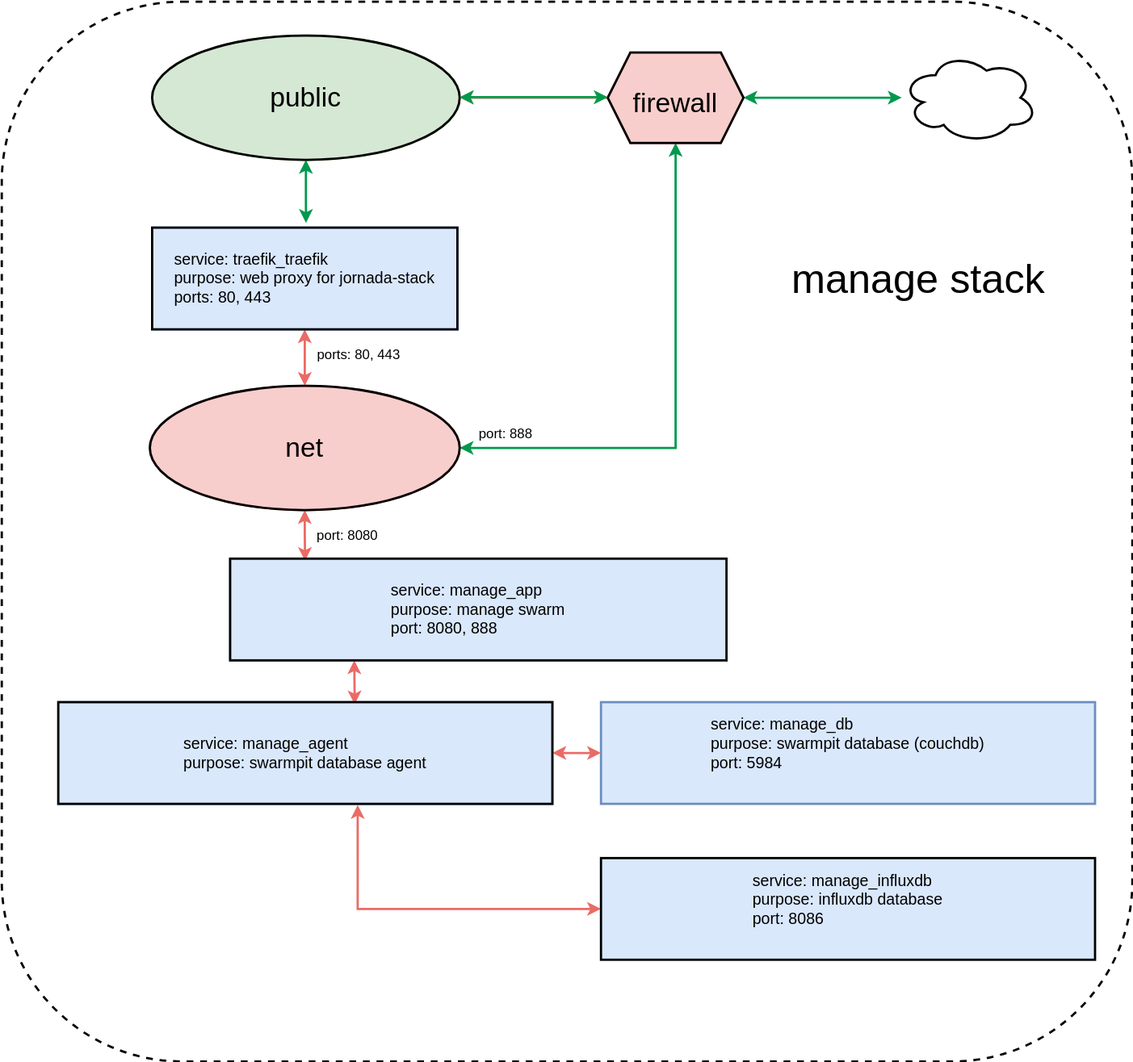
JornadaExperimentalRange/sp-manage keeps this draw.io diagram as stack-manage.svg. Above is the earlier version. Source tidied: cells renumbered, new cells last; positions are measured from the earlier drawing's top-left corner, leaving out a move shared by most shapes.
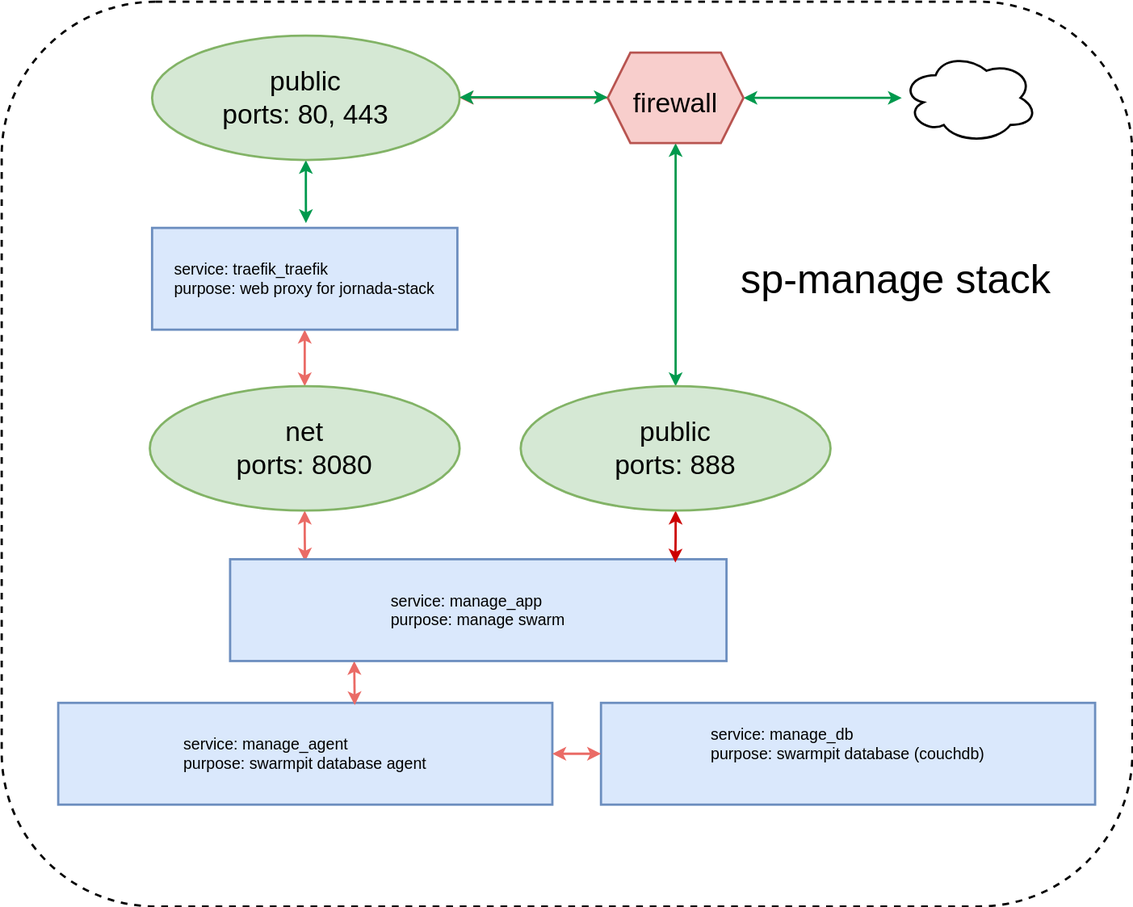
The same file after the commit.

Diff of the diagram source:
```diff
@@ -3,36 +3,33 @@
     <mxCell id="0" />
     <mxCell id="1" parent="0" />
     <mxCell id="2" style="rounded=1;whiteSpace=wrap;html=1;fontSize=24;dashed=1;strokeWidth=2;fillColor=none;arcSize=17;" parent="1" vertex="1">
-      <mxGeometry width="1000" height="938" as="geometry" />
+      <mxGeometry width="1000" height="800" as="geometry" />
     </mxCell>
-    <mxCell id="3" value="&lt;font style=&quot;font-size: 36px;&quot;&gt;manage stack&lt;/font&gt;" style="text;html=1;strokeColor=none;fillColor=none;align=center;verticalAlign=middle;whiteSpace=wrap;rounded=0;" parent="1" vertex="1">
-      <mxGeometry x="676" y="230" width="270" height="30" as="geometry" />
+    <mxCell id="3" value="&lt;font style=&quot;font-size: 36px;&quot;&gt;sp-manage stack&lt;/font&gt;" style="text;html=1;strokeColor=none;fillColor=none;align=center;verticalAlign=middle;whiteSpace=wrap;rounded=0;" parent="1" vertex="1">
+      <mxGeometry x="636" y="230" width="310" height="30" as="geometry" />
     </mxCell>
     <mxCell id="4" style="edgeStyle=orthogonalEdgeStyle;rounded=0;jettySize=auto;html=1;entryX=0.504;entryY=-0.047;entryDx=0;entryDy=0;entryPerimeter=0;fontSize=14;strokeColor=#00994D;strokeWidth=2;startArrow=classic;startFill=1;" parent="1" edge="1" source="5" target="7">
       <mxGeometry relative="1" as="geometry" />
     </mxCell>
-    <mxCell id="5" value="public" style="ellipse;whiteSpace=wrap;html=1;fontSize=24;fillColor=#d5e8d4;strokeColor=#82b366;strokeWidth=2;" parent="1" vertex="1">
+    <mxCell id="5" value="public&lt;br&gt;ports: 80, 443" style="ellipse;whiteSpace=wrap;html=1;fontSize=24;fillColor=#d5e8d4;strokeColor=#82b366;strokeWidth=2;" parent="1" vertex="1">
       <mxGeometry x="133" y="30" width="272" height="110" as="geometry" />
     </mxCell>
     <mxCell id="6" style="edgeStyle=orthogonalEdgeStyle;rounded=0;jettySize=auto;html=1;strokeColor=#EA6B66;strokeWidth=2;startArrow=classic;startFill=1;" parent="1" edge="1" source="7" target="9">
       <mxGeometry relative="1" as="geometry" />
     </mxCell>
-    <mxCell id="7" value="&lt;div style=&quot;text-align: left;&quot;&gt;&lt;span style=&quot;background-color: initial;&quot;&gt;service: traefik_traefik&lt;/span&gt;&lt;/div&gt;&lt;div style=&quot;text-align: left;&quot;&gt;&lt;span style=&quot;background-color: initial;&quot;&gt;purpose:&amp;nbsp;&lt;/span&gt;&lt;span style=&quot;background-color: initial;&quot;&gt;web proxy for jornada-stack&lt;/span&gt;&lt;/div&gt;&lt;div style=&quot;text-align: left;&quot;&gt;&lt;span style=&quot;background-color: initial;&quot;&gt;ports: 80, 443&lt;/span&gt;&lt;/div&gt;" style="rounded=0;whiteSpace=wrap;html=1;fontSize=14;strokeWidth=2;fillColor=#dae8fc;strokeColor=#6c8ebf;" parent="1" vertex="1">
+    <mxCell id="7" value="&lt;div style=&quot;text-align: left;&quot;&gt;&lt;span style=&quot;background-color: initial;&quot;&gt;service: traefik_traefik&lt;/span&gt;&lt;/div&gt;&lt;div style=&quot;text-align: left;&quot;&gt;&lt;span style=&quot;background-color: initial;&quot;&gt;purpose:&amp;nbsp;&lt;/span&gt;&lt;span style=&quot;background-color: initial;&quot;&gt;web proxy for jornada-stack&lt;/span&gt;&lt;/div&gt;" style="rounded=0;whiteSpace=wrap;html=1;fontSize=14;strokeWidth=2;fillColor=#dae8fc;strokeColor=#6c8ebf;" parent="1" vertex="1">
       <mxGeometry x="133" y="200" width="270" height="90" as="geometry" />
     </mxCell>
     <mxCell id="8" style="edgeStyle=orthogonalEdgeStyle;rounded=0;jettySize=auto;html=1;entryX=0.151;entryY=0.022;entryDx=0;entryDy=0;strokeColor=#EA6B66;strokeWidth=2;startArrow=classic;startFill=1;entryPerimeter=0;" parent="1" edge="1" source="9" target="15">
       <mxGeometry relative="1" as="geometry" />
     </mxCell>
-    <mxCell id="9" value="net" style="ellipse;whiteSpace=wrap;html=1;fontSize=24;fillColor=#f8cecc;strokeColor=#b85450;strokeWidth=2;" parent="1" vertex="1">
+    <mxCell id="9" value="net&lt;br&gt;ports: 8080" style="ellipse;whiteSpace=wrap;html=1;fontSize=24;fillColor=#d5e8d4;strokeColor=#82b366;strokeWidth=2;" parent="1" vertex="1">
       <mxGeometry x="131" y="340" width="274" height="110" as="geometry" />
     </mxCell>
-    <mxCell id="10" style="edgeStyle=orthogonalEdgeStyle;rounded=0;jettySize=auto;html=1;exitX=0.606;exitY=1.011;exitDx=0;exitDy=0;entryX=0;entryY=0.5;entryDx=0;entryDy=0;startArrow=classic;startFill=1;strokeColor=#EA6B66;strokeWidth=2;exitPerimeter=0;" parent="1" edge="1" source="11" target="24">
-      <mxGeometry relative="1" as="geometry" />
-    </mxCell>
     <mxCell id="11" value="&lt;div style=&quot;text-align: left;&quot;&gt;&lt;span style=&quot;background-color: initial;&quot;&gt;service: manage_&lt;/span&gt;&lt;span style=&quot;background-color: initial;&quot;&gt;agent&lt;/span&gt;&lt;/div&gt;&lt;div style=&quot;text-align: left;&quot;&gt;&lt;span style=&quot;background-color: initial;&quot;&gt;purpose:&amp;nbsp;&lt;/span&gt;&lt;span style=&quot;background-color: initial;&quot;&gt;swarmpit database agent&lt;/span&gt;&lt;/div&gt;" style="rounded=0;whiteSpace=wrap;html=1;fontSize=14;strokeWidth=2;fillColor=#dae8fc;strokeColor=#6c8ebf;" parent="1" vertex="1">
       <mxGeometry x="50" y="620" width="437" height="90" as="geometry" />
     </mxCell>
-    <mxCell id="12" value="&lt;div style=&quot;text-align: left;&quot;&gt;&lt;span style=&quot;background-color: initial;&quot;&gt;service: manage_&lt;/span&gt;&lt;span style=&quot;background-color: initial;&quot;&gt;db&lt;/span&gt;&lt;/div&gt;&lt;div style=&quot;text-align: left;&quot;&gt;&lt;span style=&quot;background-color: initial;&quot;&gt;purpose: swarmpit&amp;nbsp;&lt;/span&gt;&lt;span style=&quot;background-color: initial;&quot;&gt;database (couchdb)&lt;/span&gt;&lt;/div&gt;&lt;div style=&quot;text-align: left;&quot;&gt;&lt;span style=&quot;background-color: initial;&quot;&gt;port: 5984&lt;/span&gt;&lt;/div&gt;&lt;span style=&quot;color: rgba(0, 0, 0, 0); font-family: monospace; font-size: 0px; text-align: start;&quot;&gt;%3CmxGraphModel%3E%3Croot%3E%3CmxCell%20id%3D%220%22%2F%3E%3CmxCell%20id%3D%221%22%20parent%3D%220%22%2F%3E%3CmxCell%20id%3D%222%22%20style%3D%22edgeStyle%3DorthogonalEdgeStyle%3Brounded%3D0%3BorthogonalLoop%3D1%3BjettySize%3Dauto%3Bhtml%3D1%3BexitX%3D0.5%3BexitY%3D1%3BexitDx%3D0%3BexitDy%3D0%3B%22%20edge%3D%221%22%20parent%3D%221%22%3E%3CmxGeometry%20relative%3D%221%22%20as%3D%22geometry%22%3E%3CmxPoint%20x%3D%22600%22%20y%3D%22137%22%20as%3D%22sourcePoint%22%2F%3E%3CmxPoint%20x%3D%22504%22%20y%3D%2212%22%20as%3D%22targetPoint%22%2F%3E%3C%2FmxGeometry%3E%3C%2FmxCell%3E%3C%2Froot%3E%3C%2FmxGraphModel%3E&lt;/span&gt;" style="rounded=0;whiteSpace=wrap;html=1;fontSize=14;strokeWidth=2;fillColor=#dae8fc;strokeColor=#6c8ebf;" parent="1" vertex="1">
+    <mxCell id="12" value="&lt;div style=&quot;text-align: left;&quot;&gt;&lt;span style=&quot;background-color: initial;&quot;&gt;service: manage_&lt;/span&gt;&lt;span style=&quot;background-color: initial;&quot;&gt;db&lt;/span&gt;&lt;/div&gt;&lt;div style=&quot;text-align: left;&quot;&gt;&lt;span style=&quot;background-color: initial;&quot;&gt;purpose: swarmpit&amp;nbsp;&lt;/span&gt;&lt;span style=&quot;background-color: initial;&quot;&gt;database (couchdb)&lt;/span&gt;&lt;/div&gt;&lt;span style=&quot;color: rgba(0, 0, 0, 0); font-family: monospace; font-size: 0px; text-align: start;&quot;&gt;%3CmxGraphModel%3E%3Croot%3E%3CmxCell%20id%3D%220%22%2F%3E%3CmxCell%20id%3D%221%22%20parent%3D%220%22%2F%3E%3CmxCell%20id%3D%222%22%20style%3D%22edgeStyle%3DorthogonalEdgeStyle%3Brounded%3D0%3BorthogonalLoop%3D1%3BjettySize%3Dauto%3Bhtml%3D1%3BexitX%3D0.5%3BexitY%3D1%3BexitDx%3D0%3BexitDy%3D0%3B%22%20edge%3D%221%22%20parent%3D%221%22%3E%3CmxGeometry%20relative%3D%221%22%20as%3D%22geometry%22%3E%3CmxPoint%20x%3D%22600%22%20y%3D%22137%22%20as%3D%22sourcePoint%22%2F%3E%3CmxPoint%20x%3D%22504%22%20y%3D%2212%22%20as%3D%22targetPoint%22%2F%3E%3C%2FmxGeometry%3E%3C%2FmxCell%3E%3C%2Froot%3E%3C%2FmxGraphModel%3E&lt;/span&gt;" style="rounded=0;whiteSpace=wrap;html=1;fontSize=14;strokeWidth=2;fillColor=#dae8fc;strokeColor=#6c8ebf;" parent="1" vertex="1">
       <mxGeometry x="530" y="620" width="437" height="90" as="geometry" />
     </mxCell>
     <mxCell id="13" style="edgeStyle=orthogonalEdgeStyle;rounded=0;jettySize=auto;html=1;entryX=0;entryY=0.5;entryDx=0;entryDy=0;strokeColor=#EA6B66;strokeWidth=2;startArrow=classic;startFill=1;exitX=1;exitY=0.5;exitDx=0;exitDy=0;" parent="1" edge="1" source="11" target="12">
@@ -41,7 +38,7 @@
     <mxCell id="14" style="edgeStyle=orthogonalEdgeStyle;rounded=0;jettySize=auto;html=1;exitX=0.25;exitY=1;exitDx=0;exitDy=0;entryX=0.6;entryY=0.022;entryDx=0;entryDy=0;entryPerimeter=0;startArrow=classic;startFill=1;strokeColor=#EA6B66;strokeWidth=2;" parent="1" edge="1" source="15" target="11">
       <mxGeometry relative="1" as="geometry" />
     </mxCell>
-    <mxCell id="15" value="&lt;div style=&quot;text-align: left;&quot;&gt;&lt;span style=&quot;background-color: initial;&quot;&gt;service: manage_&lt;/span&gt;&lt;span style=&quot;background-color: initial;&quot;&gt;app&lt;/span&gt;&lt;/div&gt;&lt;div style=&quot;text-align: left;&quot;&gt;&lt;span style=&quot;background-color: initial;&quot;&gt;purpose: manage swarm&lt;/span&gt;&lt;/div&gt;&lt;div style=&quot;text-align: left;&quot;&gt;&lt;span style=&quot;background-color: initial;&quot;&gt;port: 8080, 888&lt;/span&gt;&lt;/div&gt;" style="rounded=0;whiteSpace=wrap;html=1;fontSize=14;strokeWidth=2;fillColor=#dae8fc;strokeColor=#6c8ebf;" parent="1" vertex="1">
+    <mxCell id="15" value="&lt;div style=&quot;text-align: left;&quot;&gt;&lt;span style=&quot;background-color: initial;&quot;&gt;service: manage_&lt;/span&gt;&lt;span style=&quot;background-color: initial;&quot;&gt;app&lt;/span&gt;&lt;/div&gt;&lt;div style=&quot;text-align: left;&quot;&gt;&lt;span style=&quot;background-color: initial;&quot;&gt;purpose: manage swarm&lt;/span&gt;&lt;/div&gt;" style="rounded=0;whiteSpace=wrap;html=1;fontSize=14;strokeWidth=2;fillColor=#dae8fc;strokeColor=#6c8ebf;" parent="1" vertex="1">
       <mxGeometry x="202" y="493" width="439" height="90" as="geometry" />
     </mxCell>
     <mxCell id="16" style="edgeStyle=orthogonalEdgeStyle;rounded=0;jettySize=auto;html=1;entryX=1;entryY=0.5;entryDx=0;entryDy=0;fontSize=24;strokeColor=#00994D;strokeWidth=2;startArrow=classic;startFill=1;" parent="1" edge="1" source="17" target="20">
@@ -53,53 +50,23 @@
     <mxCell id="18" style="edgeStyle=orthogonalEdgeStyle;rounded=0;jettySize=auto;html=1;exitX=0;exitY=0.5;exitDx=0;exitDy=0;entryX=1;entryY=0.5;entryDx=0;entryDy=0;fontSize=24;strokeColor=#EA6B66;strokeWidth=2;" parent="1" edge="1" source="20" target="5">
       <mxGeometry relative="1" as="geometry" />
     </mxCell>
-    <mxCell id="19" style="edgeStyle=orthogonalEdgeStyle;rounded=0;jettySize=auto;html=1;exitX=0.5;exitY=1;exitDx=0;exitDy=0;entryX=1;entryY=0.5;entryDx=0;entryDy=0;strokeWidth=2;startArrow=classic;startFill=1;strokeColor=#00994D;" parent="1" edge="1" source="20" target="9">
+    <mxCell id="19" style="edgeStyle=orthogonalEdgeStyle;rounded=0;jettySize=auto;html=1;exitX=0.5;exitY=1;exitDx=0;exitDy=0;entryX=0.5;entryY=0;entryDx=0;entryDy=0;strokeWidth=2;startArrow=classic;startFill=1;strokeColor=#00994D;" parent="1" edge="1" source="20" target="34">
       <mxGeometry relative="1" as="geometry" />
     </mxCell>
     <mxCell id="20" value="&lt;font style=&quot;font-size: 24px;&quot;&gt;firewall&lt;/font&gt;" style="shape=hexagon;perimeter=hexagonPerimeter2;whiteSpace=wrap;html=1;fixedSize=1;fontSize=36;strokeWidth=2;fillColor=#f8cecc;strokeColor=#b85450;" parent="1" vertex="1">
       <mxGeometry x="536" y="45" width="120" height="80" as="geometry" />
     </mxCell>
-    <mxCell id="21" style="edgeStyle=orthogonalEdgeStyle;rounded=0;orthogonalLoop=1;jettySize=auto;html=1;exitX=0;exitY=0.5;exitDx=0;exitDy=0;entryX=1;entryY=0.5;entryDx=0;entryDy=0;fontSize=24;strokeColor=#97D077;strokeWidth=2;startArrow=classic;startFill=1;" parent="1" edge="1">
+    <mxCell id="21" style="edgeStyle=orthogonalEdgeStyle;rounded=0;orthogonalLoop=1;jettySize=auto;html=1;exitX=0;exitY=0.5;exitDx=0;exitDy=0;entryX=1;entryY=0.5;entryDx=0;entryDy=0;fontSize=24;strokeColor=#00994D;strokeWidth=2;startArrow=classic;startFill=1;" parent="1" edge="1">
       <mxGeometry relative="1" as="geometry">
         <mxPoint x="536" y="84.5" as="sourcePoint" />
         <mxPoint x="405" y="84.5" as="targetPoint" />
       </mxGeometry>
     </mxCell>
-    <mxCell id="22" value="port: 8080" style="text;html=1;strokeColor=none;fillColor=none;align=center;verticalAlign=middle;whiteSpace=wrap;rounded=0;" parent="1" vertex="1">
-      <mxGeometry x="276" y="458" width="60" height="30" as="geometry" />
-    </mxCell>
-    <mxCell id="23" value="port: 888" style="text;html=1;strokeColor=none;fillColor=none;align=center;verticalAlign=middle;whiteSpace=wrap;rounded=0;" parent="1" vertex="1">
-      <mxGeometry x="416" y="368" width="60" height="30" as="geometry" />
-    </mxCell>
-    <mxCell id="24" value="&lt;div style=&quot;text-align: left;&quot;&gt;&lt;span style=&quot;background-color: initial;&quot;&gt;service: manage_&lt;/span&gt;&lt;span style=&quot;background-color: initial;&quot;&gt;influxdb&lt;/span&gt;&lt;/div&gt;&lt;div style=&quot;text-align: left;&quot;&gt;&lt;span style=&quot;background-color: initial;&quot;&gt;purpose: influxdb&amp;nbsp;&lt;/span&gt;&lt;span style=&quot;background-color: initial;&quot;&gt;database&lt;/span&gt;&lt;/div&gt;&lt;div style=&quot;text-align: left;&quot;&gt;&lt;span style=&quot;background-color: initial;&quot;&gt;port: 8086&lt;/span&gt;&lt;/div&gt;&lt;span style=&quot;color: rgba(0, 0, 0, 0); font-family: monospace; font-size: 0px; text-align: start;&quot;&gt;%3CmxGraphModel%3E%3Croot%3E%3CmxCell%20id%3D%220%22%2F%3E%3CmxCell%20id%3D%221%22%20parent%3D%220%22%2F%3E%3CmxCell%20id%3D%222%22%20style%3D%22edgeStyle%3DorthogonalEdgeStyle%3Brounded%3D0%3BorthogonalLoop%3D1%3BjettySize%3Dauto%3Bhtml%3D1%3BexitX%3D0.5%3BexitY%3D1%3BexitDx%3D0%3BexitDy%3D0%3B%22%20edge%3D%221%22%20parent%3D%221%22%3E%3CmxGeometry%20relative%3D%221%22%20as%3D%22geometry%22%3E%3CmxPoint%20x%3D%22600%22%20y%3D%22137%22%20as%3D%22sourcePoint%22%2F%3E%3CmxPoint%20x%3D%22504%22%20y%3D%2212%22%20as%3D%22targetPoint%22%2F%3E%3C%2FmxGeometry%3E%3C%2FmxCell%3E%3C%2Froot%3E%3C%2FmxGraphModel%3E&lt;/span&gt;" style="rounded=0;whiteSpace=wrap;html=1;fontSize=14;strokeWidth=2;fillColor=#dae8fc;strokeColor=#000000;" parent="1" vertex="1">
-      <mxGeometry x="530" y="758" width="437" height="90" as="geometry" />
-    </mxCell>
-    <mxCell id="25" value="ports: 80, 443" style="text;html=1;strokeColor=none;fillColor=none;align=center;verticalAlign=middle;whiteSpace=wrap;rounded=0;" parent="1" vertex="1">
-      <mxGeometry x="276" y="298" width="80" height="30" as="geometry" />
-    </mxCell>
-    <mxCell id="26" value="public" style="ellipse;whiteSpace=wrap;html=1;fontSize=24;fillColor=#d5e8d4;strokeColor=#000000;strokeWidth=2;" parent="1" vertex="1">
-      <mxGeometry x="133" y="30" width="272" height="110" as="geometry" />
-    </mxCell>
-    <mxCell id="27" value="&lt;font style=&quot;font-size: 24px;&quot;&gt;firewall&lt;/font&gt;" style="shape=hexagon;perimeter=hexagonPerimeter2;whiteSpace=wrap;html=1;fixedSize=1;fontSize=36;strokeWidth=2;fillColor=#f8cecc;strokeColor=#000000;" parent="1" vertex="1">
-      <mxGeometry x="536" y="45" width="120" height="80" as="geometry" />
-    </mxCell>
-    <mxCell id="28" value="&lt;div style=&quot;text-align: left;&quot;&gt;&lt;span style=&quot;background-color: initial;&quot;&gt;service: traefik_traefik&lt;/span&gt;&lt;/div&gt;&lt;div style=&quot;text-align: left;&quot;&gt;&lt;span style=&quot;background-color: initial;&quot;&gt;purpose:&amp;nbsp;&lt;/span&gt;&lt;span style=&quot;background-color: initial;&quot;&gt;web proxy for jornada-stack&lt;/span&gt;&lt;/div&gt;&lt;div style=&quot;text-align: left;&quot;&gt;&lt;span style=&quot;background-color: initial;&quot;&gt;ports: 80, 443&lt;/span&gt;&lt;/div&gt;" style="rounded=0;whiteSpace=wrap;html=1;fontSize=14;strokeWidth=2;fillColor=#dae8fc;strokeColor=#000000;" parent="1" vertex="1">
-      <mxGeometry x="133" y="200" width="270" height="90" as="geometry" />
-    </mxCell>
-    <mxCell id="29" value="net" style="ellipse;whiteSpace=wrap;html=1;fontSize=24;fillColor=#f8cecc;strokeColor=#000000;strokeWidth=2;" parent="1" vertex="1">
-      <mxGeometry x="131" y="340" width="274" height="110" as="geometry" />
-    </mxCell>
-    <mxCell id="30" value="&lt;div style=&quot;text-align: left;&quot;&gt;&lt;span style=&quot;background-color: initial;&quot;&gt;service: manage_&lt;/span&gt;&lt;span style=&quot;background-color: initial;&quot;&gt;app&lt;/span&gt;&lt;/div&gt;&lt;div style=&quot;text-align: left;&quot;&gt;&lt;span style=&quot;background-color: initial;&quot;&gt;purpose: manage swarm&lt;/span&gt;&lt;/div&gt;&lt;div style=&quot;text-align: left;&quot;&gt;&lt;span style=&quot;background-color: initial;&quot;&gt;port: 8080, 888&lt;/span&gt;&lt;/div&gt;" style="rounded=0;whiteSpace=wrap;html=1;fontSize=14;strokeWidth=2;fillColor=#dae8fc;strokeColor=#000000;" parent="1" vertex="1">
-      <mxGeometry x="202" y="493" width="439" height="90" as="geometry" />
-    </mxCell>
-    <mxCell id="31" value="&lt;div style=&quot;text-align: left;&quot;&gt;&lt;span style=&quot;background-color: initial;&quot;&gt;service: manage_&lt;/span&gt;&lt;span style=&quot;background-color: initial;&quot;&gt;agent&lt;/span&gt;&lt;/div&gt;&lt;div style=&quot;text-align: left;&quot;&gt;&lt;span style=&quot;background-color: initial;&quot;&gt;purpose:&amp;nbsp;&lt;/span&gt;&lt;span style=&quot;background-color: initial;&quot;&gt;swarmpit database agent&lt;/span&gt;&lt;/div&gt;" style="rounded=0;whiteSpace=wrap;html=1;fontSize=14;strokeWidth=2;fillColor=#dae8fc;strokeColor=#000000;" parent="1" vertex="1">
-      <mxGeometry x="50" y="620" width="437" height="90" as="geometry" />
-    </mxCell>
-    <mxCell id="32" style="edgeStyle=orthogonalEdgeStyle;rounded=0;orthogonalLoop=1;jettySize=auto;html=1;exitX=0;exitY=0.5;exitDx=0;exitDy=0;entryX=1;entryY=0.5;entryDx=0;entryDy=0;fontSize=24;strokeColor=#00994D;strokeWidth=2;startArrow=classic;startFill=1;" parent="1" edge="1">
-      <mxGeometry relative="1" as="geometry">
-        <mxPoint x="536" y="84.5" as="sourcePoint" />
-        <mxPoint x="405" y="84.5" as="targetPoint" />
-      </mxGeometry>
-    </mxCell>
+    <mxCell id="33" style="edgeStyle=orthogonalEdgeStyle;rounded=0;jettySize=auto;html=1;exitX=0.5;exitY=1;exitDx=0;exitDy=0;entryX=0.897;entryY=0.033;entryDx=0;entryDy=0;entryPerimeter=0;startArrow=classic;startFill=1;strokeColor=#CC0000;strokeWidth=2;" parent="1" edge="1" source="34" target="15">
+      <mxGeometry relative="1" as="geometry" />
+    </mxCell>
+    <mxCell id="34" value="public&lt;br&gt;ports: 888" style="ellipse;whiteSpace=wrap;html=1;fontSize=24;fillColor=#d5e8d4;strokeColor=#82b366;strokeWidth=2;" parent="1" vertex="1">
+      <mxGeometry x="459" y="340" width="274" height="110" as="geometry" />
+    </mxCell>
   </root>
 </mxGraphModel>
```
